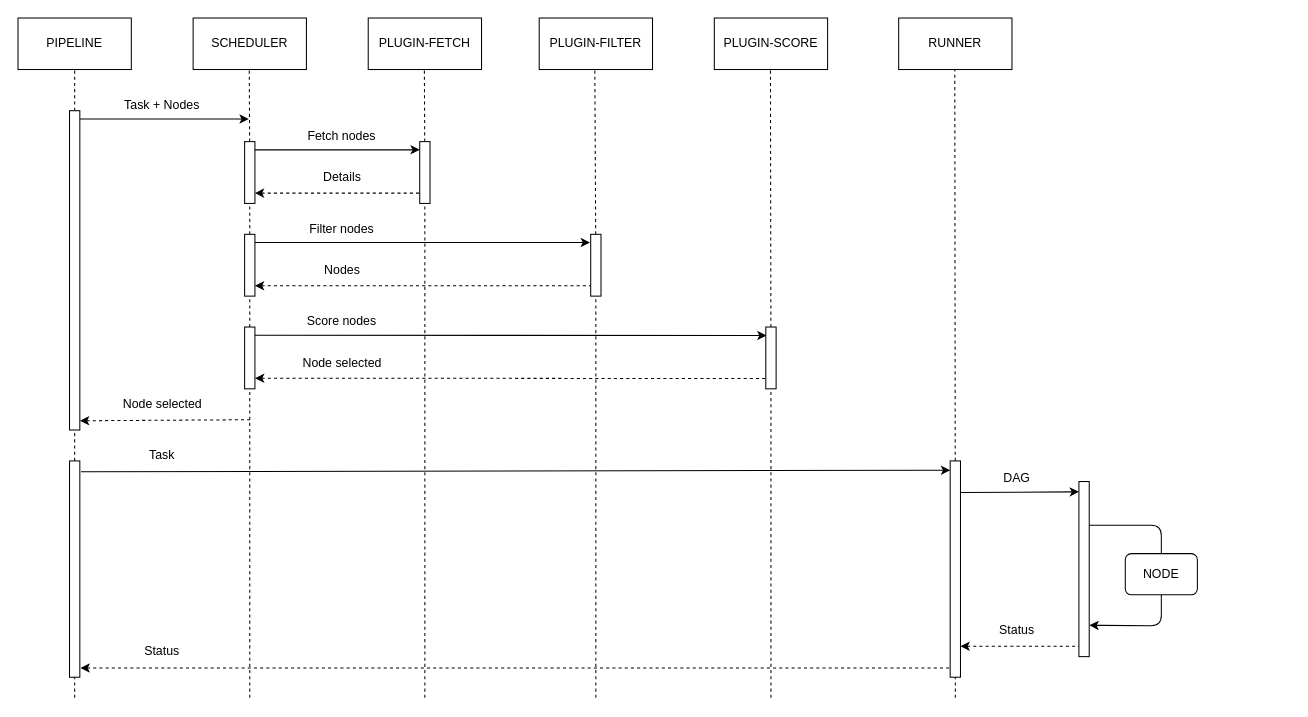
pipego/deploy keeps this draw.io diagram as flow.drawio. Above is the earlier version. Source tidied: cells renumbered, new cells numbered last; positions are measured from the earlier drawing's top-left corner, leaving out a move shared by most shapes. Both pictures are drawn from the tidied source at 103%, with x=0, y=0 at pixel (18, 18).
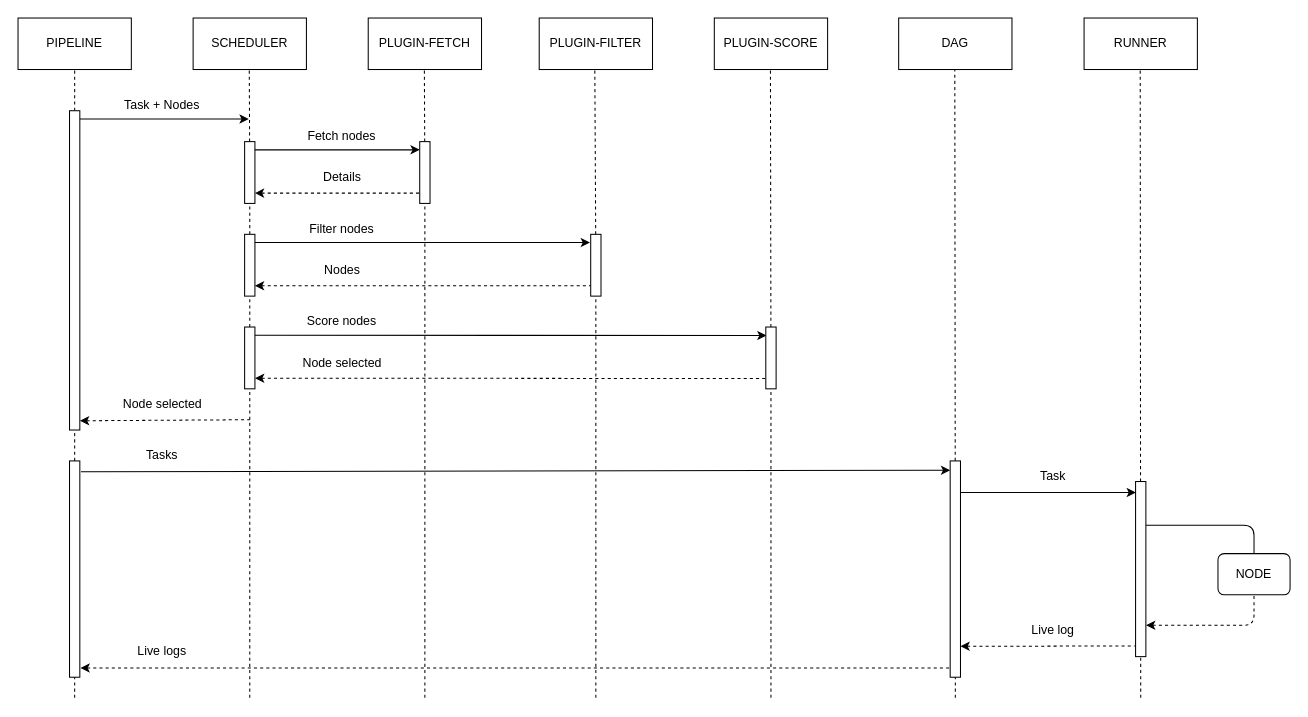
The same diagram, later.

Commit message (it also covers changes not shown here):
refactor(chore): update diagram and flow for runner

The change refers to these unchanged cells:
```xml
<mxCell id="43" style="rounded=0;whiteSpace=wrap;html=1;" parent="1" vertex="1">
  <mxGeometry x="905" y="430" width="10" height="210" as="geometry" />
</mxCell>
```

Change to the diagram source:
```diff
@@
+    <mxCell id="60" style="endArrow=none;dashed=1;html=1;entryX=0.5;entryY=1;entryDx=0;entryDy=0;startArrow=none;" parent="1" edge="1">
+      <mxGeometry relative="1" as="geometry">
+        <mxPoint x="1090" y="660" as="sourcePoint" />
+        <mxPoint x="1089.5" y="50" as="targetPoint" />
+      </mxGeometry>
+    </mxCell>
@@
-    <mxCell id="12" value="RUNNER" style="rounded=0;whiteSpace=wrap;html=1;" parent="1" vertex="1">
+    <mxCell id="12" value="DAG" style="rounded=0;whiteSpace=wrap;html=1;" parent="1" vertex="1">
       <mxGeometry x="855" width="110" height="50" as="geometry" />
     </mxCell>
@@
-    <mxCell id="24" value="Task" style="text;html=1;strokeColor=none;fillColor=none;align=center;verticalAlign=middle;whiteSpace=wrap;rounded=0;" parent="1" vertex="1">
+    <mxCell id="24" value="Tasks" style="text;html=1;strokeColor=none;fillColor=none;align=center;verticalAlign=middle;whiteSpace=wrap;rounded=0;" parent="1" vertex="1">
       <mxGeometry x="100" y="410" width="80" height="30" as="geometry" />
     </mxCell>
@@
     <mxCell id="45" style="rounded=0;whiteSpace=wrap;html=1;" parent="1" vertex="1">
-      <mxGeometry x="1030" y="450" width="10" height="170" as="geometry" />
+      <mxGeometry x="1085" y="450" width="10" height="170" as="geometry" />
     </mxCell>
-    <mxCell id="46" style="endArrow=classic;html=1;exitX=1.022;exitY=0.146;exitDx=0;exitDy=0;exitPerimeter=0;" parent="1" edge="1" source="43">
-      <mxGeometry relative="1" as="geometry">
-        <mxPoint x="1030" y="460" as="targetPoint" />
-      </mxGeometry>
+    <mxCell id="46" style="endArrow=classic;html=1;exitX=1.022;exitY=0.146;exitDx=0;exitDy=0;exitPerimeter=0;entryX=0.033;entryY=0.063;entryDx=0;entryDy=0;entryPerimeter=0;" parent="1" edge="1" source="43" target="45">
+      <mxGeometry relative="1" as="geometry" />
     </mxCell>
-    <mxCell id="47" value="DAG" style="text;html=1;strokeColor=none;fillColor=none;align=center;verticalAlign=middle;whiteSpace=wrap;rounded=0;" parent="1" vertex="1">
-      <mxGeometry x="930" y="432" width="80" height="30" as="geometry" />
+    <mxCell id="47" value="Task" style="text;html=1;strokeColor=none;fillColor=none;align=center;verticalAlign=middle;whiteSpace=wrap;rounded=0;" parent="1" vertex="1">
+      <mxGeometry x="965" y="430" width="80" height="30" as="geometry" />
     </mxCell>
-    <mxCell id="48" style="edgeStyle=segmentEdgeStyle;endArrow=none;html=1;exitX=1;exitY=0.25;exitDx=0;exitDy=0;endFill=0;" parent="1" edge="1" source="45">
-      <mxGeometry relative="1" as="geometry">
-        <mxPoint x="1110" y="520" as="targetPoint" />
-      </mxGeometry>
+    <mxCell id="48" style="edgeStyle=segmentEdgeStyle;endArrow=none;html=1;exitX=1;exitY=0.25;exitDx=0;exitDy=0;endFill=0;entryX=0.5;entryY=0;entryDx=0;entryDy=0;" parent="1" edge="1" source="45" target="51">
+      <mxGeometry relative="1" as="geometry" />
     </mxCell>
-    <mxCell id="49" style="edgeStyle=segmentEdgeStyle;endArrow=none;html=1;endFill=0;startArrow=classic;startFill=1;exitX=1.019;exitY=0.821;exitDx=0;exitDy=0;exitPerimeter=0;" parent="1" edge="1" source="45">
+    <mxCell id="49" style="edgeStyle=segmentEdgeStyle;endArrow=none;html=1;endFill=0;startArrow=classic;startFill=1;exitX=1.019;exitY=0.821;exitDx=0;exitDy=0;exitPerimeter=0;dashed=1;entryX=0.5;entryY=1;entryDx=0;entryDy=0;" parent="1" edge="1" source="45" target="51">
       <mxGeometry relative="1" as="geometry">
-        <mxPoint x="1110" y="560" as="targetPoint" />
         <Array as="points">
-          <mxPoint x="1042" y="590" />
-          <mxPoint x="1110" y="590" />
+          <mxPoint x="1200" y="590" />
         </Array>
       </mxGeometry>
     </mxCell>
-    <mxCell id="50" style="endArrow=none;html=1;exitX=1;exitY=0.5;exitDx=0;exitDy=0;endFill=0;startArrow=classic;startFill=1;dashed=1;" parent="1" edge="1">
+    <mxCell id="50" style="endArrow=none;html=1;exitX=1;exitY=0.5;exitDx=0;exitDy=0;endFill=0;startArrow=classic;startFill=1;dashed=1;entryX=-0.078;entryY=0.939;entryDx=0;entryDy=0;entryPerimeter=0;" parent="1" edge="1" target="45">
       <mxGeometry relative="1" as="geometry">
         <mxPoint x="915" y="610" as="sourcePoint" />
-        <mxPoint x="1030" y="610" as="targetPoint" />
       </mxGeometry>
     </mxCell>
     <mxCell id="51" value="NODE" style="rounded=1;whiteSpace=wrap;html=1;" parent="1" vertex="1">
-      <mxGeometry x="1075" y="520" width="70" height="40" as="geometry" />
+      <mxGeometry x="1165" y="520" width="70" height="40" as="geometry" />
     </mxCell>
@@
-    <mxCell id="58" value="Status" style="text;html=1;strokeColor=none;fillColor=none;align=center;verticalAlign=middle;whiteSpace=wrap;rounded=0;" parent="1" vertex="1">
+    <mxCell id="58" value="Live logs" style="text;html=1;strokeColor=none;fillColor=none;align=center;verticalAlign=middle;whiteSpace=wrap;rounded=0;" parent="1" vertex="1">
       <mxGeometry x="110" y="600" width="60" height="30" as="geometry" />
     </mxCell>
-    <mxCell id="59" value="Status" style="text;html=1;strokeColor=none;fillColor=none;align=center;verticalAlign=middle;whiteSpace=wrap;rounded=0;" parent="1" vertex="1">
-      <mxGeometry x="940" y="580" width="60" height="30" as="geometry" />
+    <mxCell id="59" value="Live log" style="text;html=1;strokeColor=none;fillColor=none;align=center;verticalAlign=middle;whiteSpace=wrap;rounded=0;" parent="1" vertex="1">
+      <mxGeometry x="975" y="580" width="60" height="30" as="geometry" />
     </mxCell>
+    <mxCell id="61" value="RUNNER" style="rounded=0;whiteSpace=wrap;html=1;" parent="1" vertex="1">
+      <mxGeometry x="1035" width="110" height="50" as="geometry" />
+    </mxCell>
```
